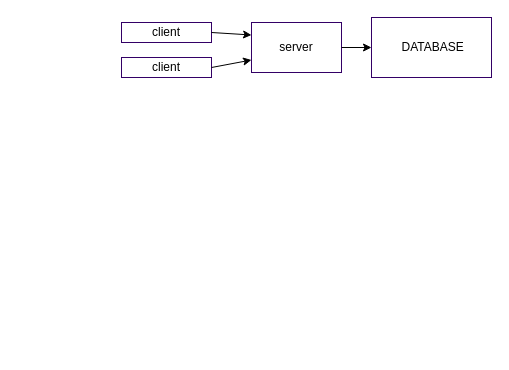
Before: draw.dio in Synthetic-Pitch/next-markies, a draw.io diagram. Source tidied: cells renumbered, new cells numbered last; positions are measured from the earlier drawing's top-left corner, leaving out a move shared by most shapes. Both pictures are drawn from the tidied source at 100%, with x=0, y=0 at pixel (121, 17).
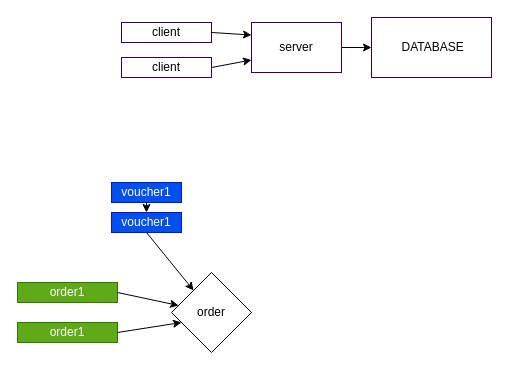
After the change.

Change to the diagram source:
```diff
@@
 <mxGraphModel>
   <root>
     <mxCell id="0" />
     <mxCell id="1" parent="0" />
     <mxCell id="2" value="client" style="whiteSpace=wrap;html=1;fillStyle=auto;strokeColor=#330066;" parent="1" vertex="1">
       <mxGeometry y="40" width="90" height="20" as="geometry" />
     </mxCell>
     <mxCell id="3" value="server" style="whiteSpace=wrap;html=1;fillStyle=auto;strokeColor=#330066;" parent="1" vertex="1">
       <mxGeometry x="130" y="5" width="90" height="50" as="geometry" />
     </mxCell>
     <mxCell id="4" style="edgeStyle=none;jettySize=auto;html=1;exitX=1;exitY=0.5;exitDx=0;exitDy=0;entryX=0;entryY=0.75;entryDx=0;entryDy=0;" parent="1" edge="1" source="2" target="3">
       <mxGeometry relative="1" as="geometry" />
     </mxCell>
     <mxCell id="5" value="client" style="whiteSpace=wrap;html=1;fillStyle=auto;strokeColor=#330066;" parent="1" vertex="1">
       <mxGeometry y="5" width="90" height="20" as="geometry" />
     </mxCell>
     <mxCell id="6" style="edgeStyle=none;jettySize=auto;html=1;exitX=1;exitY=0.5;exitDx=0;exitDy=0;entryX=0;entryY=0.25;entryDx=0;entryDy=0;" parent="1" edge="1" source="5" target="3">
       <mxGeometry relative="1" as="geometry" />
     </mxCell>
     <mxCell id="7" value="&amp;nbsp;DATABASE" style="whiteSpace=wrap;html=1;fillStyle=auto;strokeColor=#330066;" parent="1" vertex="1">
       <mxGeometry x="250" width="120" height="60" as="geometry" />
     </mxCell>
     <mxCell id="8" style="edgeStyle=none;jettySize=auto;html=1;entryX=0;entryY=0.5;entryDx=0;entryDy=0;exitX=1;exitY=0.5;exitDx=0;exitDy=0;" parent="1" edge="1" source="3" target="7">
       <mxGeometry relative="1" as="geometry" />
     </mxCell>
+    <mxCell id="9" value="order" style="rhombus;whiteSpace=wrap;html=1;" parent="1" vertex="1">
+      <mxGeometry x="50" y="255" width="80" height="80" as="geometry" />
+    </mxCell>
+    <mxCell id="10" value="order1" style="whiteSpace=wrap;html=1;fillColor=#60a917;fontColor=#ffffff;strokeColor=#2D7600;" parent="1" vertex="1">
+      <mxGeometry x="-104" y="305" width="100" height="20" as="geometry" />
+    </mxCell>
+    <mxCell id="11" style="edgeStyle=none;jettySize=auto;html=1;exitX=1;exitY=0.5;exitDx=0;exitDy=0;entryX=0.125;entryY=0.625;entryDx=0;entryDy=0;entryPerimeter=0;" parent="1" edge="1" source="10" target="9">
+      <mxGeometry relative="1" as="geometry" />
+    </mxCell>
+    <mxCell id="12" value="order1" style="whiteSpace=wrap;html=1;fillColor=#60a917;fontColor=#ffffff;strokeColor=#2D7600;" parent="1" vertex="1">
+      <mxGeometry x="-104" y="265" width="100" height="20" as="geometry" />
+    </mxCell>
+    <mxCell id="13" style="edgeStyle=none;jettySize=auto;html=1;exitX=1;exitY=0.5;exitDx=0;exitDy=0;" parent="1" edge="1" source="12" target="9">
+      <mxGeometry relative="1" as="geometry" />
+    </mxCell>
+    <mxCell id="14" style="edgeStyle=none;html=1;exitX=0.5;exitY=1;exitDx=0;exitDy=0;" parent="1" edge="1" source="15" target="9">
+      <mxGeometry relative="1" as="geometry" />
+    </mxCell>
+    <mxCell id="15" value="voucher1" style="whiteSpace=wrap;html=1;fillColor=#0050ef;fontColor=#ffffff;strokeColor=#001DBC;" parent="1" vertex="1">
+      <mxGeometry x="-10" y="195" width="70" height="20" as="geometry" />
+    </mxCell>
+    <mxCell id="16" style="edgeStyle=none;html=1;exitX=0.5;exitY=1;exitDx=0;exitDy=0;entryX=0.5;entryY=0;entryDx=0;entryDy=0;" parent="1" edge="1" source="17" target="15">
+      <mxGeometry relative="1" as="geometry" />
+    </mxCell>
+    <mxCell id="17" value="voucher1" style="whiteSpace=wrap;html=1;fillColor=#0050ef;fontColor=#ffffff;strokeColor=#001DBC;" parent="1" vertex="1">
+      <mxGeometry x="-10" y="165" width="70" height="20" as="geometry" />
+    </mxCell>
   </root>
 </mxGraphModel>
```
